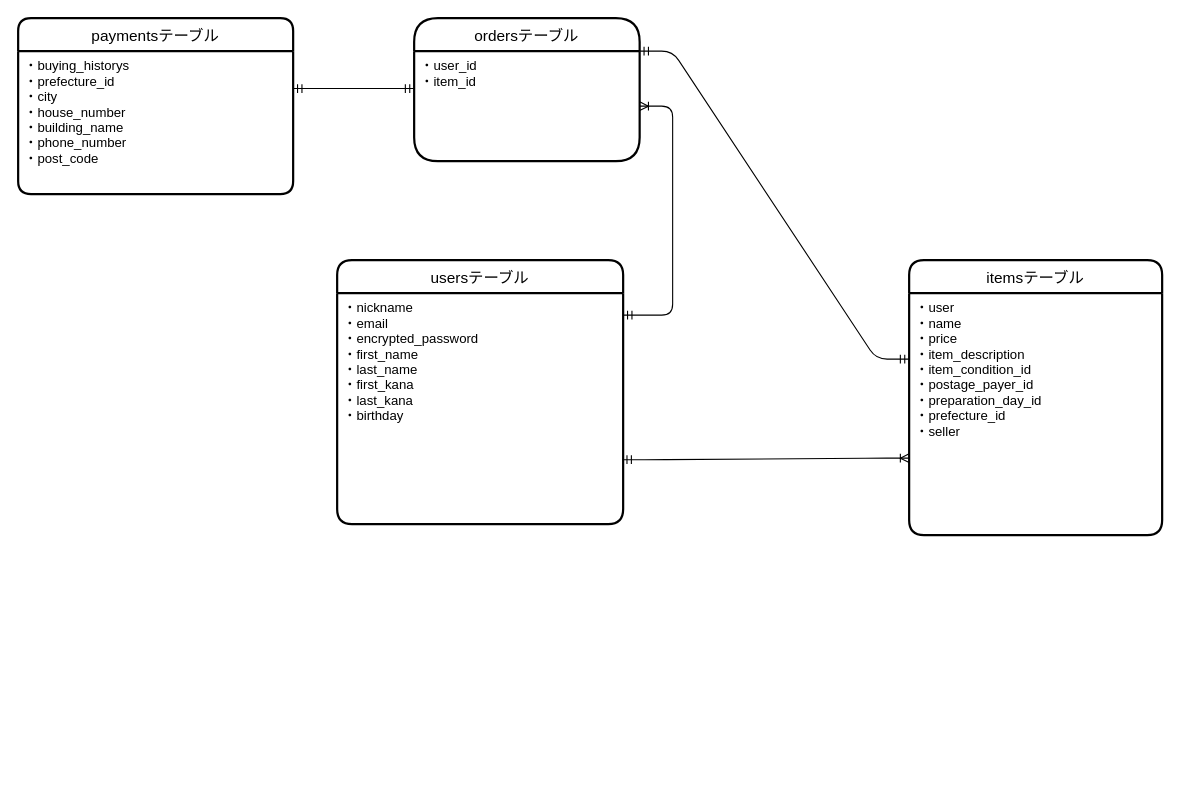
Earlier version of the draw.io diagram frima.dio (riko38407/furima-38407). Source tidied: cells renumbered, new cells numbered last; positions are measured from the earlier drawing's top-left corner, leaving out a move shared by most shapes. Both pictures are drawn from the tidied source at 110%, with x=0, y=0 at pixel (18, 18).
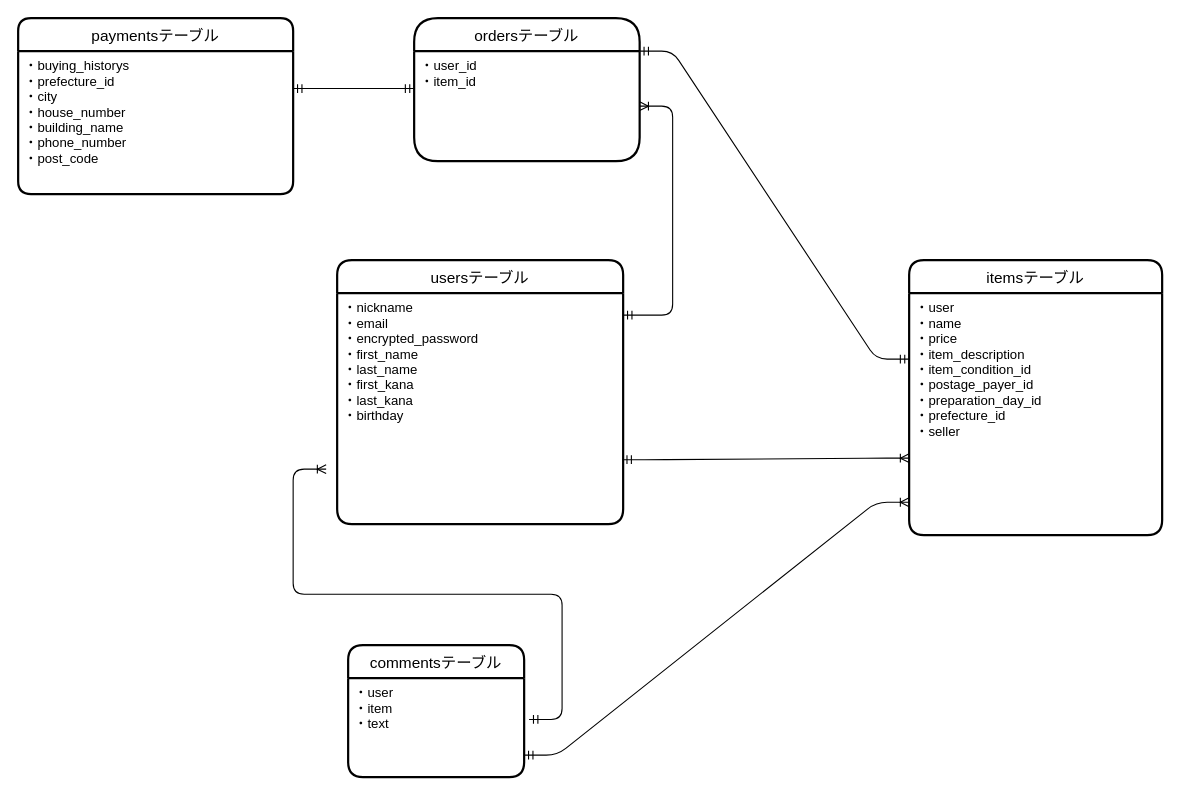
After the change.

Commit message (it also covers changes not shown here):
テーブル設計

The change refers to these unchanged cells:
```xml
<mxCell id="5" value="・user&#10;・name&#10;・price&#10;・item_description&#10;・item_condition_id&#10;・postage_payer_id&#10;・preparation_day_id&#10;・prefecture_id&#10;・seller&#10;&#10;" style="align=left;strokeColor=none;fillColor=none;spacingLeft=4;fontSize=12;verticalAlign=top;" parent="4" vertex="1">
  <mxGeometry y="30" width="230" height="220" as="geometry" />
</mxCell>
```

The edit, as a diff of the source:
```diff
@@
+    <mxCell id="14" value="commentsテーブル" style="swimlane;horizontal=1;startSize=30;rounded=1;fontSize=14;fontStyle=0;strokeWidth=2;shadow=0;dashed=0;align=center;" parent="1" vertex="1">
+      <mxGeometry x="300" y="570" width="160" height="120" as="geometry" />
+    </mxCell>
+    <mxCell id="15" value="・user&#10;・item&#10;・text" style="align=left;strokeColor=none;fillColor=none;spacingLeft=4;fontSize=12;verticalAlign=top;" parent="14" vertex="1">
+      <mxGeometry y="30" width="160" height="90" as="geometry" />
+    </mxCell>
+    <mxCell id="16" style="edgeStyle=entityRelationEdgeStyle;fontSize=12;html=1;endArrow=ERoneToMany;startArrow=ERmandOne;exitX=1.028;exitY=0.417;exitDx=0;exitDy=0;exitPerimeter=0;" parent="1" edge="1" source="15">
+      <mxGeometry relative="1" as="geometry">
+        <mxPoint x="280" y="410" as="targetPoint" />
+      </mxGeometry>
+    </mxCell>
+    <mxCell id="17" style="edgeStyle=entityRelationEdgeStyle;fontSize=12;html=1;endArrow=ERoneToMany;startArrow=ERmandOne;entryX=0;entryY=0.864;entryDx=0;entryDy=0;entryPerimeter=0;" parent="1" edge="1" target="5">
+      <mxGeometry relative="1" as="geometry">
+        <mxPoint x="460" y="670" as="sourcePoint" />
+      </mxGeometry>
+    </mxCell>
```
